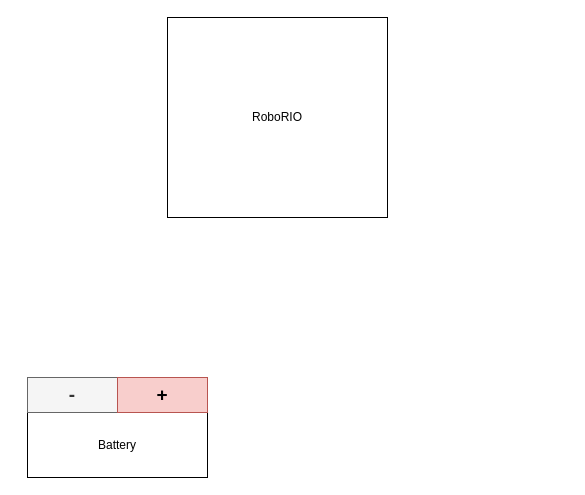
teamkomodo/Robot-2023-Swerve keeps this draw.io diagram as Documentation/Electrical/Electrical System Diagram.drawio. Above is the earlier version. Source tidied: cells renumbered, new cells numbered last; positions are measured from the earlier drawing's top-left corner, leaving out a move shared by most shapes. Both pictures are drawn from the tidied source at 100%, with x=0, y=0 at pixel (27, 17).
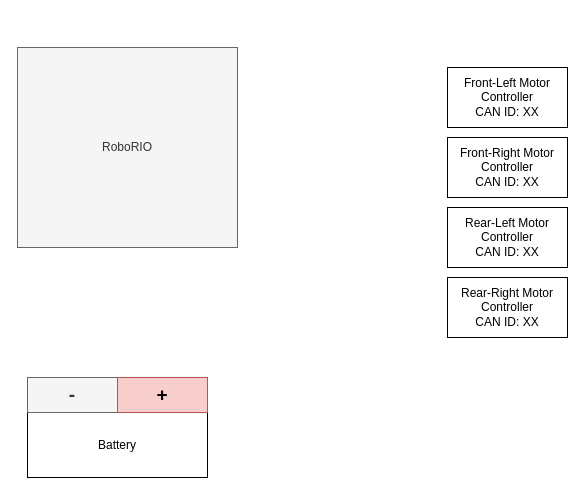
After the change.

What changed in the source:
```diff
@@
 <mxGraphModel>
   <root>
     <mxCell id="0" />
     <mxCell id="1" parent="0" />
-    <mxCell id="2" value="RoboRIO" style="rounded=0;whiteSpace=wrap;html=1;" parent="1" vertex="1">
-      <mxGeometry x="140" width="220" height="200" as="geometry" />
+    <mxCell id="2" value="RoboRIO" style="rounded=0;whiteSpace=wrap;html=1;fillColor=#f5f5f5;fontColor=#333333;strokeColor=#666666;" parent="1" vertex="1">
+      <mxGeometry x="-10" y="30" width="220" height="200" as="geometry" />
     </mxCell>
     <mxCell id="3" value="Battery" style="rounded=0;whiteSpace=wrap;html=1;" parent="1" vertex="1">
       <mxGeometry y="395" width="180" height="65" as="geometry" />
     </mxCell>
     <mxCell id="4" value="-" style="rounded=0;whiteSpace=wrap;html=1;fillColor=#f5f5f5;fontColor=#333333;strokeColor=#666666;fontSize=19;fontStyle=1;" parent="1" vertex="1">
       <mxGeometry y="360" width="90" height="35" as="geometry" />
     </mxCell>
     <mxCell id="5" value="+" style="rounded=0;whiteSpace=wrap;html=1;fillColor=#f8cecc;strokeColor=#b85450;fontSize=19;fontStyle=1;" parent="1" vertex="1">
       <mxGeometry x="90" y="360" width="90" height="35" as="geometry" />
     </mxCell>
+    <mxCell id="6" value="Front-Left Motor Controller&lt;br&gt;CAN ID: XX" style="rounded=0;whiteSpace=wrap;html=1;fontSize=12;" parent="1" vertex="1">
+      <mxGeometry x="420" y="50" width="120" height="60" as="geometry" />
+    </mxCell>
+    <mxCell id="7" value="Front-Right Motor Controller&lt;br&gt;CAN ID: XX" style="rounded=0;whiteSpace=wrap;html=1;fontSize=12;" parent="1" vertex="1">
+      <mxGeometry x="420" y="120" width="120" height="60" as="geometry" />
+    </mxCell>
+    <mxCell id="8" value="Rear-Left Motor Controller&lt;br&gt;CAN ID: XX" style="rounded=0;whiteSpace=wrap;html=1;fontSize=12;" parent="1" vertex="1">
+      <mxGeometry x="420" y="190" width="120" height="60" as="geometry" />
+    </mxCell>
+    <mxCell id="9" value="Rear-Right Motor Controller&lt;br&gt;CAN ID: XX" style="rounded=0;whiteSpace=wrap;html=1;fontSize=12;" parent="1" vertex="1">
+      <mxGeometry x="420" y="260" width="120" height="60" as="geometry" />
+    </mxCell>
   </root>
 </mxGraphModel>
```
